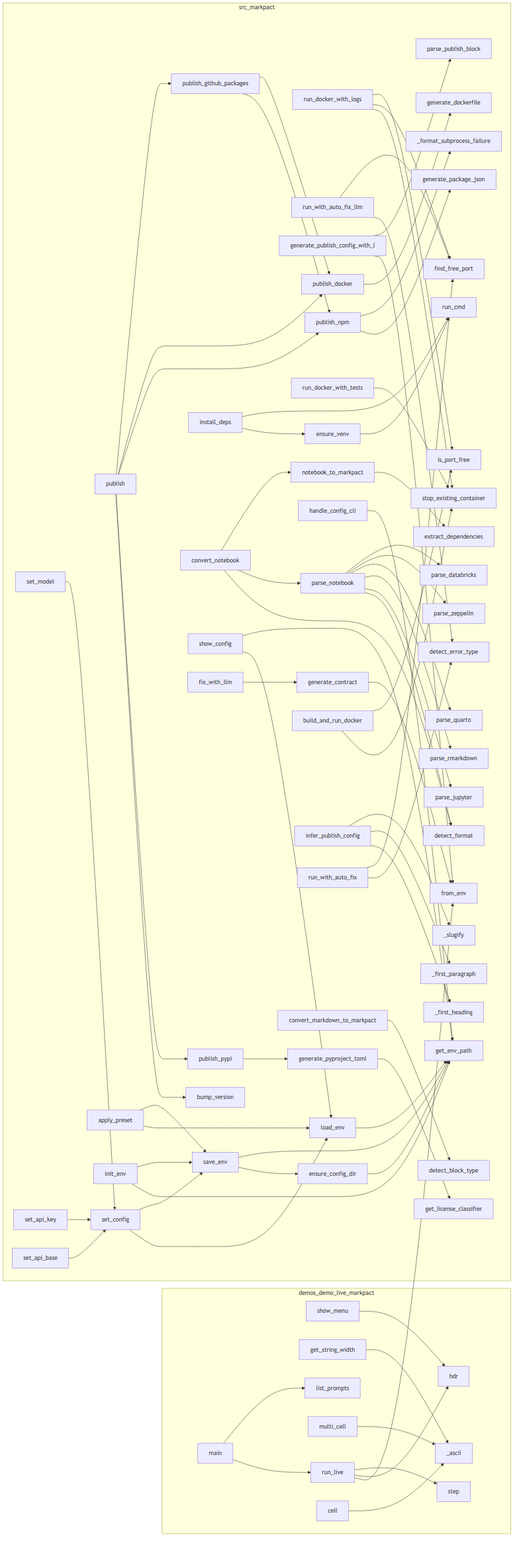
This is project/calls.png from markpact/markpact, a Mermaid export, as it was before one commit. Its source is kept beside it as project/calls.mmd. Its diagram source:
```mermaid
flowchart LR
    subgraph demos_demo_live_markpact
        demos__demo_live_markpact__step["step"]
        demos__demo_live_markpact__show_menu["show_menu"]
        demos__get_string_width["get_string_width"]
        demos__demo_live_markpact__run_live["run_live"]
        demos__demo_live_markpact___ascii["_ascii"]
        demos__demo_live_markpact__LivePDF__multi_cell["multi_cell"]
        demos__demo_live_markpact__hdr["hdr"]
        demos__demo_live_markpact__list_prompts["list_prompts"]
        demos__demo_live_markpact__LivePDF__cell["cell"]
        demos__demo_live_markpact__main["main"]
    end
    subgraph src_markpact
        src__markpact__docker_runner__run_docker_with_logs["run_docker_with_logs"]
        src__markpact__auto_fix__run_with_auto_fix_llm["run_with_auto_fix_llm"]
        src__markpact__notebook_converter__parse_quarto["parse_quarto"]
        src__markpact__notebook_converter__parse_zeppelin["parse_zeppelin"]
        src__parse_databricks["parse_databricks"]
        src__generate_publish_config_with_llm["generate_publish_config_with_l"]
        src__markpact__publisher__get_license_classifier["get_license_classifier"]
        src__markpact__config__get_env_path["get_env_path"]
        src__markpact__publisher__bump_version["bump_version"]
        src__markpact__generator__generate_contract["generate_contract"]
        src__markpact__notebook_converter__parse_jupyter["parse_jupyter"]
        src__markpact__publisher__publish_docker["publish_docker"]
        src__markpact__config__save_env["save_env"]
        src__markpact__config__set_model["set_model"]
        src__run_docker_with_tests["run_docker_with_tests"]
        src__markpact__publisher__publish["publish"]
        src__markpact__notebook_converter__parse_notebook["parse_notebook"]
        src__from_env["from_env"]
        src__markpact__runner__ensure_venv["ensure_venv"]
        src__markpact__publisher__generate_package_json["generate_package_json"]
        src__markpact__config__ensure_config_dir["ensure_config_dir"]
        src__markpact__auto_fix__detect_error_type["detect_error_type"]
        src__markpact__publisher___first_heading["_first_heading"]
        src__markpact__converter__detect_block_type["detect_block_type"]
        src__markpact__cli__handle_config_cli["handle_config_cli"]
        src__markpact__runner__run_cmd["run_cmd"]
        src__extract_dependencies["extract_dependencies"]
        src__markpact__publisher__publish_pypi["publish_pypi"]
        src__markpact__config__apply_preset["apply_preset"]
        src__markpact__publisher__parse_publish_block["parse_publish_block"]
        src__notebook_to_markpact["notebook_to_markpact"]
        src__markpact__publisher__publish_npm["publish_npm"]
        src__markpact__runner__install_deps["install_deps"]
        src___format_subprocess_failure["_format_subprocess_failure"]
        src__stop_existing_container["stop_existing_container"]
        src__markpact__publisher__generate_pyproject_toml["generate_pyproject_toml"]
        src__markpact__publisher__generate_dockerfile["generate_dockerfile"]
        src__markpact__notebook_converter__detect_format["detect_format"]
        src__markpact__config__set_api_key["set_api_key"]
        src__markpact__docker_runner__is_port_free["is_port_free"]
        src__markpact__config__set_api_base["set_api_base"]
        src__markpact__config__load_env["load_env"]
        src__markpact__publisher___slugify["_slugify"]
        src__markpact__docker_runner__build_and_run_docker["build_and_run_docker"]
        src__convert_notebook["convert_notebook"]
        src__markpact__publisher___first_paragraph["_first_paragraph"]
        src__markpact__config__show_config["show_config"]
        src__markpact__sandbox__find_free_port["find_free_port"]
        src__markpact__config__init_env["init_env"]
        src__markpact__auto_fix__fix_with_llm["fix_with_llm"]
        src__markpact__publisher__publish_github_packages["publish_github_packages"]
        src__markpact__notebook_converter__parse_rmarkdown["parse_rmarkdown"]
        src__markpact__publisher__infer_publish_config["infer_publish_config"]
        src__markpact__auto_fix__run_with_auto_fix["run_with_auto_fix"]
        src__convert_markdown_to_markpact["convert_markdown_to_markpact"]
        src__markpact__config__set_config["set_config"]
    end
    src__markpact__config__ensure_config_dir --> src__markpact__config__get_env_path
    src__markpact__config__load_env --> src__markpact__config__get_env_path
    src__markpact__config__save_env --> src__markpact__config__ensure_config_dir
    src__markpact__config__save_env --> src__markpact__config__get_env_path
    src__markpact__config__init_env --> src__markpact__config__get_env_path
    src__markpact__config__init_env --> src__markpact__config__save_env
    src__markpact__config__set_config --> src__markpact__config__load_env
    src__markpact__config__set_config --> src__markpact__config__save_env
    src__markpact__config__set_model --> src__markpact__config__set_config
    src__markpact__config__set_api_key --> src__markpact__config__set_config
    src__markpact__config__set_api_base --> src__markpact__config__set_config
    src__markpact__config__apply_preset --> src__markpact__config__load_env
    src__markpact__config__apply_preset --> src__markpact__config__save_env
    src__markpact__config__show_config --> src__markpact__config__load_env
    src__markpact__config__show_config --> src__markpact__config__get_env_path
    src__markpact__docker_runner__build_and_run_docker --> src__stop_existing_container
    src__markpact__docker_runner__build_and_run_docker --> src__markpact__docker_runner__is_port_free
    src__markpact__docker_runner__run_docker_with_logs --> src__stop_existing_container
    src__markpact__docker_runner__run_docker_with_logs --> src__markpact__sandbox__find_free_port
    src__markpact__docker_runner__run_docker_with_logs --> src__markpact__docker_runner__is_port_free
    src__run_docker_with_tests --> src__stop_existing_container
    src__markpact__runner__ensure_venv --> src__markpact__runner__run_cmd
    src__markpact__runner__install_deps --> src__markpact__runner__ensure_venv
    src__markpact__runner__install_deps --> src__markpact__runner__run_cmd
    src__markpact__notebook_converter__parse_notebook --> src__markpact__notebook_converter__detect_format
    src__markpact__notebook_converter__parse_notebook --> src__markpact__notebook_converter__parse_jupyter
    src__markpact__notebook_converter__parse_notebook --> src__markpact__notebook_converter__parse_rmarkdown
    src__markpact__notebook_converter__parse_notebook --> src__markpact__notebook_converter__parse_quarto
    src__markpact__notebook_converter__parse_notebook --> src__markpact__notebook_converter__parse_zeppelin
    src__markpact__notebook_converter__parse_notebook --> src__parse_databricks
    src__notebook_to_markpact --> src__extract_dependencies
    src__convert_notebook --> src__markpact__notebook_converter__detect_format
    src__convert_notebook --> src__markpact__notebook_converter__parse_notebook
    src__convert_notebook --> src__notebook_to_markpact
    src__markpact__auto_fix__run_with_auto_fix --> src__markpact__auto_fix__detect_error_type
    src__markpact__auto_fix__run_with_auto_fix --> src__markpact__sandbox__find_free_port
    src__markpact__auto_fix__fix_with_llm --> src__markpact__generator__generate_contract
    src__markpact__auto_fix__run_with_auto_fix_llm --> src__markpact__auto_fix__detect_error_type
    src__markpact__auto_fix__run_with_auto_fix_llm --> src__markpact__sandbox__find_free_port
    src__markpact__publisher__infer_publish_config --> src__markpact__publisher___first_heading
    src__markpact__publisher__infer_publish_config --> src__markpact__publisher___first_paragraph
    src__markpact__publisher__infer_publish_config --> src__markpact__publisher___slugify
    src__generate_publish_config_with_llm --> src__from_env
    src__generate_publish_config_with_llm --> src__markpact__publisher__parse_publish_block
    src__markpact__publisher__generate_pyproject_toml --> src__markpact__publisher__get_license_classifier
    src__markpact__publisher__publish_pypi --> src__markpact__publisher__generate_pyproject_toml
    src__markpact__publisher__publish_npm --> src__markpact__publisher__generate_package_json
    src__markpact__publisher__publish_npm --> src___format_subprocess_failure
    src__markpact__publisher__publish_docker --> src__markpact__publisher__generate_dockerfile
    src__markpact__publisher__publish_github_packages --> src__markpact__publisher__publish_npm
    src__markpact__publisher__publish_github_packages --> src__markpact__publisher__publish_docker
    src__markpact__publisher__publish --> src__markpact__publisher__bump_version
    src__markpact__publisher__publish --> src__markpact__publisher__publish_pypi
    src__markpact__publisher__publish --> src__markpact__publisher__publish_npm
    src__markpact__publisher__publish --> src__markpact__publisher__publish_docker
    src__markpact__publisher__publish --> src__markpact__publisher__publish_github_packages
    src__convert_markdown_to_markpact --> src__markpact__converter__detect_block_type
    src__markpact__generator__generate_contract --> src__from_env
    src__markpact__cli__handle_config_cli --> src__markpact__config__get_env_path
    demos__demo_live_markpact__show_menu --> demos__demo_live_markpact__hdr
    demos__demo_live_markpact__LivePDF__cell --> demos__demo_live_markpact___ascii
    demos__demo_live_markpact__LivePDF__multi_cell --> demos__demo_live_markpact___ascii
    demos__get_string_width --> demos__demo_live_markpact___ascii
    demos__demo_live_markpact__run_live --> src__from_env
    demos__demo_live_markpact__run_live --> demos__demo_live_markpact__hdr
    demos__demo_live_markpact__run_live --> demos__demo_live_markpact__step
    demos__demo_live_markpact__main --> demos__demo_live_markpact__run_live
    demos__demo_live_markpact__main --> demos__demo_live_markpact__list_prompts
```
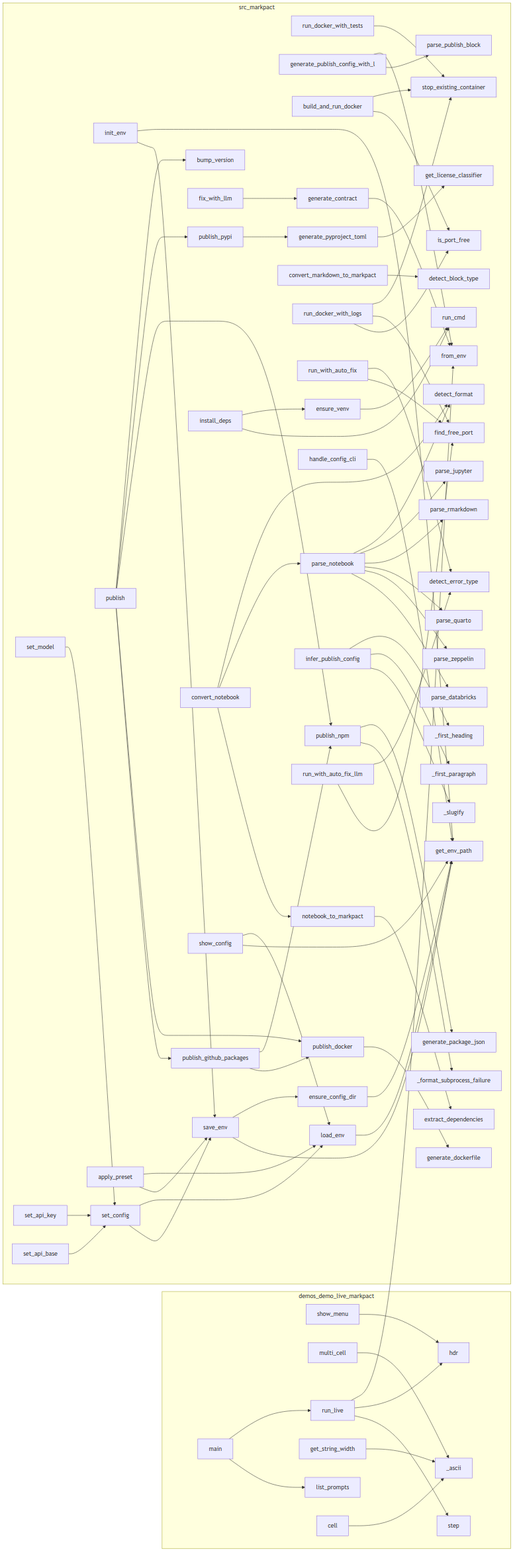
Later version of the same file.

Diff of the diagram source:
```diff
@@ -1,73 +1,73 @@
 flowchart LR
     subgraph demos_demo_live_markpact
-        demos__demo_live_markpact__step["step"]
         demos__demo_live_markpact__show_menu["show_menu"]
-        demos__get_string_width["get_string_width"]
+        demos__demo_live_markpact__hdr["hdr"]
+        demos__demo_live_markpact__main["main"]
+        demos__demo_live_markpact__LivePDF__multi_cell["multi_cell"]
         demos__demo_live_markpact__run_live["run_live"]
         demos__demo_live_markpact___ascii["_ascii"]
-        demos__demo_live_markpact__LivePDF__multi_cell["multi_cell"]
-        demos__demo_live_markpact__hdr["hdr"]
+        demos__get_string_width["get_string_width"]
+        demos__demo_live_markpact__step["step"]
         demos__demo_live_markpact__list_prompts["list_prompts"]
         demos__demo_live_markpact__LivePDF__cell["cell"]
-        demos__demo_live_markpact__main["main"]
     end
     subgraph src_markpact
-        src__markpact__docker_runner__run_docker_with_logs["run_docker_with_logs"]
-        src__markpact__auto_fix__run_with_auto_fix_llm["run_with_auto_fix_llm"]
-        src__markpact__notebook_converter__parse_quarto["parse_quarto"]
-        src__markpact__notebook_converter__parse_zeppelin["parse_zeppelin"]
-        src__parse_databricks["parse_databricks"]
+        src__run_docker_with_tests["run_docker_with_tests"]
+        src__markpact__notebook_converter__parse_jupyter["parse_jupyter"]
+        src__markpact__publisher__bump_version["bump_version"]
         src__generate_publish_config_with_llm["generate_publish_config_with_l"]
-        src__markpact__publisher__get_license_classifier["get_license_classifier"]
-        src__markpact__config__get_env_path["get_env_path"]
-        src__markpact__publisher__bump_version["bump_version"]
-        src__markpact__generator__generate_contract["generate_contract"]
-        src__markpact__notebook_converter__parse_jupyter["parse_jupyter"]
-        src__markpact__publisher__publish_docker["publish_docker"]
-        src__markpact__config__save_env["save_env"]
-        src__markpact__config__set_model["set_model"]
-        src__run_docker_with_tests["run_docker_with_tests"]
-        src__markpact__publisher__publish["publish"]
-        src__markpact__notebook_converter__parse_notebook["parse_notebook"]
         src__from_env["from_env"]
-        src__markpact__runner__ensure_venv["ensure_venv"]
+        src__markpact__publisher__generate_dockerfile["generate_dockerfile"]
+        src__markpact__docker_runner__is_port_free["is_port_free"]
+        src__markpact__publisher__publish_pypi["publish_pypi"]
+        src__markpact__docker_runner__build_and_run_docker["build_and_run_docker"]
         src__markpact__publisher__generate_package_json["generate_package_json"]
-        src__markpact__config__ensure_config_dir["ensure_config_dir"]
-        src__markpact__auto_fix__detect_error_type["detect_error_type"]
-        src__markpact__publisher___first_heading["_first_heading"]
-        src__markpact__converter__detect_block_type["detect_block_type"]
-        src__markpact__cli__handle_config_cli["handle_config_cli"]
-        src__markpact__runner__run_cmd["run_cmd"]
-        src__extract_dependencies["extract_dependencies"]
-        src__markpact__publisher__publish_pypi["publish_pypi"]
-        src__markpact__config__apply_preset["apply_preset"]
-        src__markpact__publisher__parse_publish_block["parse_publish_block"]
-        src__notebook_to_markpact["notebook_to_markpact"]
-        src__markpact__publisher__publish_npm["publish_npm"]
-        src__markpact__runner__install_deps["install_deps"]
-        src___format_subprocess_failure["_format_subprocess_failure"]
-        src__stop_existing_container["stop_existing_container"]
-        src__markpact__publisher__generate_pyproject_toml["generate_pyproject_toml"]
-        src__markpact__publisher__generate_dockerfile["generate_dockerfile"]
-        src__markpact__notebook_converter__detect_format["detect_format"]
-        src__markpact__config__set_api_key["set_api_key"]
-        src__markpact__docker_runner__is_port_free["is_port_free"]
-        src__markpact__config__set_api_base["set_api_base"]
-        src__markpact__config__load_env["load_env"]
-        src__markpact__publisher___slugify["_slugify"]
-        src__markpact__docker_runner__build_and_run_docker["build_and_run_docker"]
-        src__convert_notebook["convert_notebook"]
-        src__markpact__publisher___first_paragraph["_first_paragraph"]
-        src__markpact__config__show_config["show_config"]
         src__markpact__sandbox__find_free_port["find_free_port"]
         src__markpact__config__init_env["init_env"]
+        src__markpact__config__set_model["set_model"]
+        src__markpact__auto_fix__detect_error_type["detect_error_type"]
+        src__parse_databricks["parse_databricks"]
+        src___format_subprocess_failure["_format_subprocess_failure"]
+        src__markpact__config__get_env_path["get_env_path"]
+        src__markpact__publisher__publish["publish"]
+        src__markpact__config__apply_preset["apply_preset"]
+        src__markpact__config__ensure_config_dir["ensure_config_dir"]
+        src__markpact__runner__ensure_venv["ensure_venv"]
+        src__markpact__notebook_converter__parse_notebook["parse_notebook"]
         src__markpact__auto_fix__fix_with_llm["fix_with_llm"]
+        src__markpact__notebook_converter__parse_rmarkdown["parse_rmarkdown"]
+        src__markpact__notebook_converter__parse_quarto["parse_quarto"]
+        src__markpact__publisher__parse_publish_block["parse_publish_block"]
+        src__convert_markdown_to_markpact["convert_markdown_to_markpact"]
         src__markpact__publisher__publish_github_packages["publish_github_packages"]
-        src__markpact__notebook_converter__parse_rmarkdown["parse_rmarkdown"]
+        src__markpact__config__save_env["save_env"]
+        src__markpact__docker_runner__run_docker_with_logs["run_docker_with_logs"]
+        src__markpact__auto_fix__run_with_auto_fix["run_with_auto_fix"]
+        src__markpact__generator__generate_contract["generate_contract"]
+        src__extract_dependencies["extract_dependencies"]
+        src__notebook_to_markpact["notebook_to_markpact"]
+        src__markpact__cli__handle_config_cli["handle_config_cli"]
+        src__markpact__config__load_env["load_env"]
+        src__markpact__publisher___first_heading["_first_heading"]
+        src__markpact__runner__install_deps["install_deps"]
+        src__markpact__converter__detect_block_type["detect_block_type"]
+        src__markpact__publisher__publish_npm["publish_npm"]
+        src__markpact__notebook_converter__detect_format["detect_format"]
+        src__stop_existing_container["stop_existing_container"]
+        src__convert_notebook["convert_notebook"]
+        src__markpact__config__set_api_key["set_api_key"]
+        src__markpact__notebook_converter__parse_zeppelin["parse_zeppelin"]
+        src__markpact__publisher__get_license_classifier["get_license_classifier"]
         src__markpact__publisher__infer_publish_config["infer_publish_config"]
-        src__markpact__auto_fix__run_with_auto_fix["run_with_auto_fix"]
-        src__convert_markdown_to_markpact["convert_markdown_to_markpact"]
+        src__markpact__publisher___first_paragraph["_first_paragraph"]
+        src__markpact__publisher__publish_docker["publish_docker"]
+        src__markpact__config__show_config["show_config"]
+        src__markpact__config__set_api_base["set_api_base"]
+        src__markpact__auto_fix__run_with_auto_fix_llm["run_with_auto_fix_llm"]
+        src__markpact__publisher___slugify["_slugify"]
         src__markpact__config__set_config["set_config"]
+        src__markpact__publisher__generate_pyproject_toml["generate_pyproject_toml"]
+        src__markpact__runner__run_cmd["run_cmd"]
     end
     src__markpact__config__ensure_config_dir --> src__markpact__config__get_env_path
     src__markpact__config__load_env --> src__markpact__config__get_env_path
@@ -108,6 +108,8 @@
     src__markpact__auto_fix__fix_with_llm --> src__markpact__generator__generate_contract
     src__markpact__auto_fix__run_with_auto_fix_llm --> src__markpact__auto_fix__detect_error_type
     src__markpact__auto_fix__run_with_auto_fix_llm --> src__markpact__sandbox__find_free_port
+    src__markpact__generator__generate_contract --> src__from_env
+    src__convert_markdown_to_markpact --> src__markpact__converter__detect_block_type
     src__markpact__publisher__infer_publish_config --> src__markpact__publisher___first_heading
     src__markpact__publisher__infer_publish_config --> src__markpact__publisher___first_paragraph
     src__markpact__publisher__infer_publish_config --> src__markpact__publisher___slugify
@@ -125,8 +127,6 @@
     src__markpact__publisher__publish --> src__markpact__publisher__publish_npm
     src__markpact__publisher__publish --> src__markpact__publisher__publish_docker
     src__markpact__publisher__publish --> src__markpact__publisher__publish_github_packages
-    src__convert_markdown_to_markpact --> src__markpact__converter__detect_block_type
-    src__markpact__generator__generate_contract --> src__from_env
     src__markpact__cli__handle_config_cli --> src__markpact__config__get_env_path
     demos__demo_live_markpact__show_menu --> demos__demo_live_markpact__hdr
     demos__demo_live_markpact__LivePDF__cell --> demos__demo_live_markpact___ascii
```
